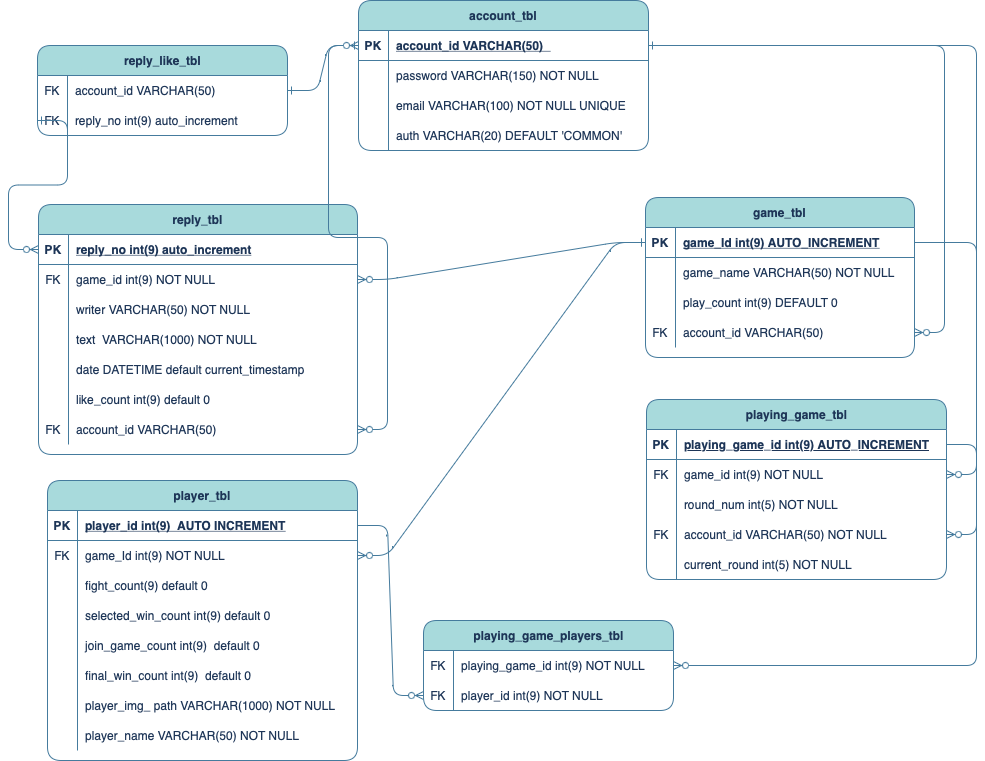
The draw.io diagram diagram/erd.png in java-4th-team-project-2023/world-cup, before a commit. Source tidied: cells renumbered, new cells last; positions are measured from the earlier drawing's top-left corner, leaving out a move shared by most shapes.
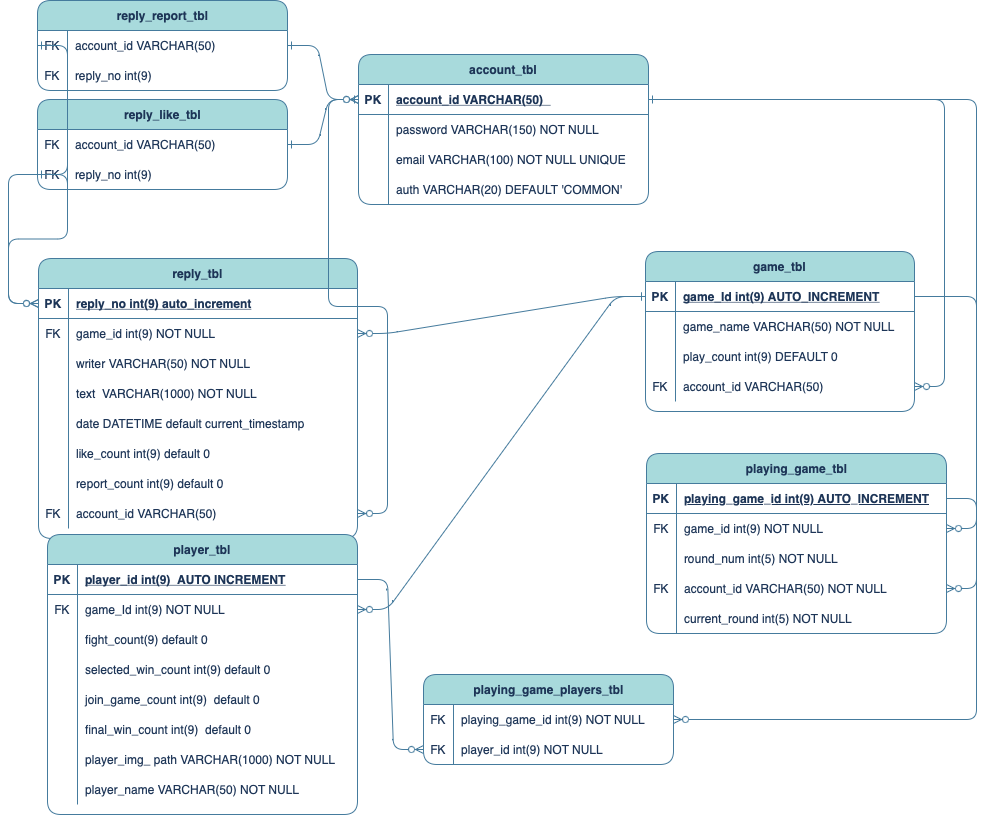
Later version of the same file.

Change to the diagram source:
```diff
@@ -42,7 +42,7 @@
       <mxGeometry x="30" width="239" height="30" as="geometry" />
     </mxCell>
     <mxCell id="15" value="reply_tbl" style="shape=table;startSize=30;rowLines=0;fontStyle=1;align=center;rounded=1;labelBackgroundColor=none;fillColor=#A8DADC;strokeColor=#457B9D;fontColor=#1D3557;" parent="1" vertex="1">
-      <mxGeometry x="1" y="204" width="319" height="250" as="geometry" />
+      <mxGeometry x="1" y="204" width="319" height="280" as="geometry" />
     </mxCell>
     <mxCell id="16" style="shape=partialRectangle;fillColor=none;points=[[0,0.5],[1,0.5]];portConstraint=eastwest;top=0;left=0;right=0;bottom=1;rounded=1;labelBackgroundColor=none;strokeColor=#457B9D;fontColor=#1D3557;" parent="15" vertex="1">
       <mxGeometry y="30" width="319" height="30" as="geometry" />
@@ -89,17 +89,26 @@
     <mxCell id="30" value="date DATETIME default current_timestamp" style="shape=partialRectangle;overflow=hidden;fillColor=none;top=0;left=0;bottom=0;right=0;align=left;spacingLeft=6;rounded=1;labelBackgroundColor=none;strokeColor=#457B9D;fontColor=#1D3557;" parent="28" vertex="1">
       <mxGeometry x="30" width="289" height="30" as="geometry" />
     </mxCell>
+    <mxCell id="115" style="shape=partialRectangle;fillColor=none;top=0;left=0;right=0;bottom=0;rounded=1;labelBackgroundColor=none;strokeColor=#457B9D;fontColor=#1D3557;" parent="15" vertex="1">
+      <mxGeometry y="180" width="319" height="30" as="geometry" />
+    </mxCell>
+    <mxCell id="116" style="shape=partialRectangle;overflow=hidden;fillColor=none;top=0;left=0;bottom=0;right=0;rounded=1;labelBackgroundColor=none;strokeColor=#457B9D;fontColor=#1D3557;" parent="115" vertex="1">
+      <mxGeometry width="30" height="30" as="geometry" />
+    </mxCell>
+    <mxCell id="117" value="like_count int(9) default 0" style="shape=partialRectangle;overflow=hidden;fillColor=none;top=0;left=0;bottom=0;right=0;align=left;spacingLeft=6;rounded=1;labelBackgroundColor=none;strokeColor=#457B9D;fontColor=#1D3557;" parent="115" vertex="1">
+      <mxGeometry x="30" width="289" height="30" as="geometry" />
+    </mxCell>
     <mxCell id="31" style="shape=partialRectangle;fillColor=none;top=0;left=0;right=0;bottom=0;rounded=1;labelBackgroundColor=none;strokeColor=#457B9D;fontColor=#1D3557;" parent="15" vertex="1">
-      <mxGeometry y="180" width="319" height="30" as="geometry" />
+      <mxGeometry y="210" width="319" height="30" as="geometry" />
     </mxCell>
     <mxCell id="32" style="shape=partialRectangle;overflow=hidden;fillColor=none;top=0;left=0;bottom=0;right=0;rounded=1;labelBackgroundColor=none;strokeColor=#457B9D;fontColor=#1D3557;" parent="31" vertex="1">
       <mxGeometry width="30" height="30" as="geometry" />
     </mxCell>
-    <mxCell id="33" value="like_count int(9) default 0" style="shape=partialRectangle;overflow=hidden;fillColor=none;top=0;left=0;bottom=0;right=0;align=left;spacingLeft=6;rounded=1;labelBackgroundColor=none;strokeColor=#457B9D;fontColor=#1D3557;" parent="31" vertex="1">
+    <mxCell id="33" value="report_count int(9) default 0" style="shape=partialRectangle;overflow=hidden;fillColor=none;top=0;left=0;bottom=0;right=0;align=left;spacingLeft=6;rounded=1;labelBackgroundColor=none;strokeColor=#457B9D;fontColor=#1D3557;" parent="31" vertex="1">
       <mxGeometry x="30" width="289" height="30" as="geometry" />
     </mxCell>
     <mxCell id="34" style="shape=partialRectangle;fillColor=none;points=[[0,0.5],[1,0.5]];portConstraint=eastwest;top=0;left=0;right=0;bottom=0;rounded=1;labelBackgroundColor=none;strokeColor=#457B9D;fontColor=#1D3557;" parent="15" vertex="1">
-      <mxGeometry y="210" width="319" height="30" as="geometry" />
+      <mxGeometry y="240" width="319" height="30" as="geometry" />
     </mxCell>
     <mxCell id="35" value="FK" style="shape=partialRectangle;overflow=hidden;fillColor=none;top=0;left=0;bottom=0;right=0;rounded=1;labelBackgroundColor=none;strokeColor=#457B9D;fontColor=#1D3557;" parent="34" vertex="1">
       <mxGeometry width="30" height="30" as="geometry" />
@@ -332,7 +341,7 @@
     <mxCell id="111" value="FK" style="shape=partialRectangle;fillColor=none;top=0;left=0;bottom=0;right=0;overflow=hidden;whiteSpace=wrap;html=1;rounded=1;labelBackgroundColor=none;strokeColor=#457B9D;fontColor=#1D3557;" parent="110" vertex="1">
       <mxGeometry width="30" height="30" as="geometry" />
     </mxCell>
-    <mxCell id="112" value="reply_no int(9) auto_increment" style="shape=partialRectangle;fillColor=none;top=0;left=0;bottom=0;right=0;align=left;spacingLeft=6;overflow=hidden;whiteSpace=wrap;html=1;rounded=1;labelBackgroundColor=none;strokeColor=#457B9D;fontColor=#1D3557;" parent="110" vertex="1">
+    <mxCell id="112" value="reply_no int(9)" style="shape=partialRectangle;fillColor=none;top=0;left=0;bottom=0;right=0;align=left;spacingLeft=6;overflow=hidden;whiteSpace=wrap;html=1;rounded=1;labelBackgroundColor=none;strokeColor=#457B9D;fontColor=#1D3557;" parent="110" vertex="1">
       <mxGeometry x="30" width="220" height="30" as="geometry" />
     </mxCell>
     <mxCell id="113" style="edgeStyle=entityRelationEdgeStyle;endArrow=ERzeroToMany;startArrow=ERone;endFill=1;startFill=0;exitX=1;exitY=0.5;exitDx=0;exitDy=0;rounded=1;labelBackgroundColor=none;strokeColor=#457B9D;fontColor=default;entryX=0;entryY=0.5;entryDx=0;entryDy=0;" parent="1" edge="1" source="107" target="63">
@@ -341,5 +350,32 @@
     <mxCell id="114" style="edgeStyle=entityRelationEdgeStyle;endArrow=ERzeroToMany;startArrow=ERone;endFill=1;startFill=0;exitX=0;exitY=0.5;exitDx=0;exitDy=0;rounded=1;labelBackgroundColor=none;strokeColor=#457B9D;fontColor=default;entryX=0;entryY=0.5;entryDx=0;entryDy=0;" parent="1" edge="1" source="110" target="16">
       <mxGeometry relative="1" as="geometry" />
     </mxCell>
+    <mxCell id="118" value="reply_report_tbl" style="shape=table;startSize=30;rowLines=0;fontStyle=1;align=center;html=1;rounded=1;labelBackgroundColor=none;fillColor=#A8DADC;strokeColor=#457B9D;fontColor=#1D3557;" parent="1" vertex="1">
+      <mxGeometry y="-54" width="250" height="90" as="geometry" />
+    </mxCell>
+    <mxCell id="119" style="shape=tableRow;horizontal=0;startSize=0;swimlaneHead=0;swimlaneBody=0;fillColor=none;points=[[0,0.5],[1,0.5]];portConstraint=eastwest;top=0;left=0;right=0;bottom=0;rounded=1;labelBackgroundColor=none;strokeColor=#457B9D;fontColor=#1D3557;" parent="118" vertex="1">
+      <mxGeometry y="30" width="250" height="30" as="geometry" />
+    </mxCell>
+    <mxCell id="120" value="FK" style="shape=partialRectangle;fillColor=none;top=0;left=0;bottom=0;right=0;overflow=hidden;whiteSpace=wrap;html=1;rounded=1;labelBackgroundColor=none;strokeColor=#457B9D;fontColor=#1D3557;" parent="119" vertex="1">
+      <mxGeometry width="30" height="30" as="geometry" />
+    </mxCell>
+    <mxCell id="121" value="account_id VARCHAR(50) &amp;nbsp;" style="shape=partialRectangle;fillColor=none;top=0;left=0;bottom=0;right=0;align=left;spacingLeft=6;overflow=hidden;whiteSpace=wrap;html=1;rounded=1;labelBackgroundColor=none;strokeColor=#457B9D;fontColor=#1D3557;" parent="119" vertex="1">
+      <mxGeometry x="30" width="220" height="30" as="geometry" />
+    </mxCell>
+    <mxCell id="122" style="shape=tableRow;horizontal=0;startSize=0;swimlaneHead=0;swimlaneBody=0;fillColor=none;top=0;left=0;right=0;bottom=0;rounded=1;labelBackgroundColor=none;strokeColor=#457B9D;fontColor=#1D3557;" parent="118" vertex="1">
+      <mxGeometry y="60" width="250" height="30" as="geometry" />
+    </mxCell>
+    <mxCell id="123" value="FK" style="shape=partialRectangle;fillColor=none;top=0;left=0;bottom=0;right=0;overflow=hidden;whiteSpace=wrap;html=1;rounded=1;labelBackgroundColor=none;strokeColor=#457B9D;fontColor=#1D3557;" parent="122" vertex="1">
+      <mxGeometry width="30" height="30" as="geometry" />
+    </mxCell>
+    <mxCell id="124" value="reply_no int(9)" style="shape=partialRectangle;fillColor=none;top=0;left=0;bottom=0;right=0;align=left;spacingLeft=6;overflow=hidden;whiteSpace=wrap;html=1;rounded=1;labelBackgroundColor=none;strokeColor=#457B9D;fontColor=#1D3557;" parent="122" vertex="1">
+      <mxGeometry x="30" width="220" height="30" as="geometry" />
+    </mxCell>
+    <mxCell id="125" style="edgeStyle=entityRelationEdgeStyle;endArrow=ERzeroToMany;startArrow=ERone;endFill=1;startFill=0;exitX=1;exitY=0.5;exitDx=0;exitDy=0;rounded=1;labelBackgroundColor=none;strokeColor=#457B9D;fontColor=default;entryX=0;entryY=0.5;entryDx=0;entryDy=0;" parent="1" edge="1" source="119" target="63">
+      <mxGeometry relative="1" as="geometry" />
+    </mxCell>
+    <mxCell id="126" style="edgeStyle=entityRelationEdgeStyle;endArrow=ERzeroToMany;startArrow=ERone;endFill=1;startFill=0;exitX=0;exitY=0.5;exitDx=0;exitDy=0;rounded=1;labelBackgroundColor=none;strokeColor=#457B9D;fontColor=default;entryX=0;entryY=0.5;entryDx=0;entryDy=0;" parent="1" edge="1" source="119" target="16">
+      <mxGeometry relative="1" as="geometry" />
+    </mxCell>
   </root>
 </mxGraphModel>
```
